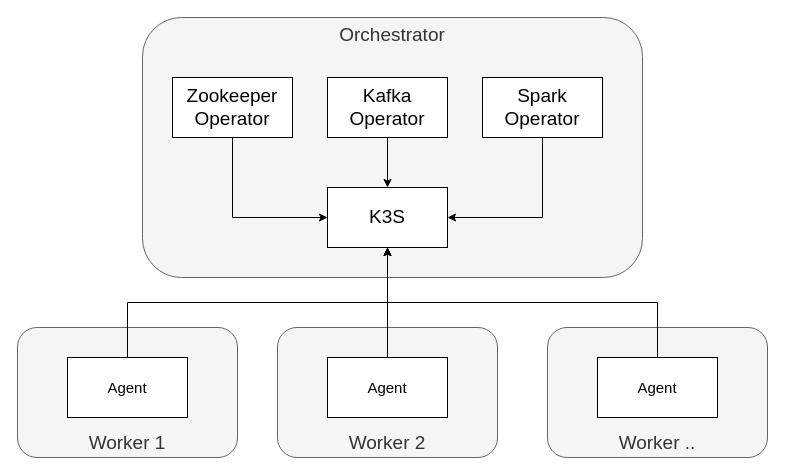
Above: images/raw/quickstart_architecture.drawio in stackabletech/documentation (draw.io), before the change. Source tidied: cells renumbered, new cells numbered last; positions are measured from the earlier drawing's top-left corner, leaving out a move shared by most shapes. Both pictures are drawn from the tidied source at 100%, with x=0, y=0 at pixel (17, 17).
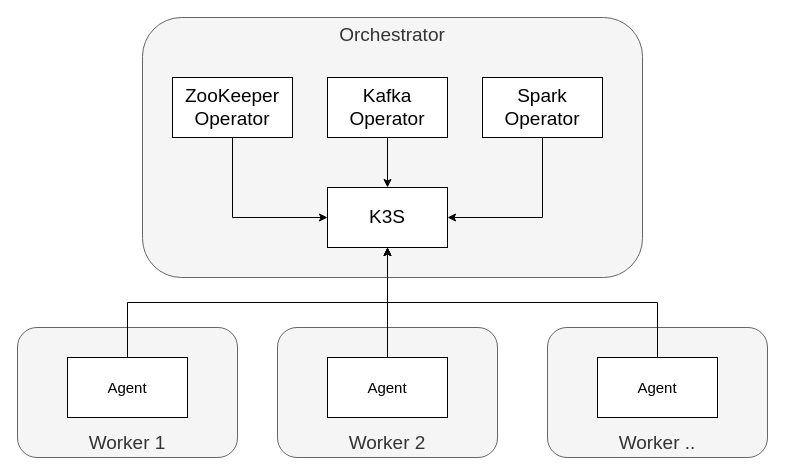
The same diagram, later.

Commit message (it also covers changes not shown here):
Fixed spelling of ZooKeeper in image.

What changed in the source:
```diff
@@
 <mxGraphModel>
   <root>
     <mxCell id="0" />
     <mxCell id="1" parent="0" />
     <mxCell id="2" value="Worker .." style="rounded=1;whiteSpace=wrap;html=1;verticalAlign=bottom;fontSize=19;fillColor=#f5f5f5;strokeColor=#666666;fontColor=#333333;" parent="1" vertex="1">
       <mxGeometry x="530" y="310" width="220" height="130" as="geometry" />
     </mxCell>
     <mxCell id="3" value="Worker 2" style="rounded=1;whiteSpace=wrap;html=1;verticalAlign=bottom;fontSize=19;fillColor=#f5f5f5;strokeColor=#666666;fontColor=#333333;" parent="1" vertex="1">
       <mxGeometry x="260" y="310" width="220" height="130" as="geometry" />
     </mxCell>
     <mxCell id="4" value="Worker 1" style="rounded=1;whiteSpace=wrap;html=1;verticalAlign=bottom;fontSize=19;fillColor=#f5f5f5;strokeColor=#666666;fontColor=#333333;" parent="1" vertex="1">
       <mxGeometry y="310" width="220" height="130" as="geometry" />
     </mxCell>
     <mxCell id="5" value="Orchestrator" style="rounded=1;whiteSpace=wrap;html=1;verticalAlign=top;fontSize=19;fillColor=#f5f5f5;strokeColor=#666666;fontColor=#333333;" parent="1" vertex="1">
       <mxGeometry x="125" width="500" height="260" as="geometry" />
     </mxCell>
     <mxCell id="6" style="edgeStyle=orthogonalEdgeStyle;rounded=0;jettySize=auto;html=1;exitX=0.5;exitY=0;exitDx=0;exitDy=0;entryX=0.5;entryY=1;entryDx=0;entryDy=0;fontSize=15;" parent="1" edge="1" source="16" target="9">
       <mxGeometry relative="1" as="geometry" />
     </mxCell>
     <mxCell id="7" style="edgeStyle=orthogonalEdgeStyle;rounded=0;jettySize=auto;html=1;exitX=0.5;exitY=0;exitDx=0;exitDy=0;entryX=0.5;entryY=1;entryDx=0;entryDy=0;fontSize=15;" parent="1" edge="1" source="17" target="9">
       <mxGeometry relative="1" as="geometry" />
     </mxCell>
     <mxCell id="8" style="edgeStyle=orthogonalEdgeStyle;rounded=0;jettySize=auto;html=1;exitX=0.5;exitY=0;exitDx=0;exitDy=0;fontSize=15;entryX=0.5;entryY=1;entryDx=0;entryDy=0;" parent="1" edge="1" source="18" target="9">
       <mxGeometry relative="1" as="geometry" />
     </mxCell>
     <mxCell id="9" value="K3S" style="rounded=0;whiteSpace=wrap;html=1;fontSize=19;" parent="1" vertex="1">
       <mxGeometry x="310" y="170" width="120" height="60" as="geometry" />
     </mxCell>
     <mxCell id="10" style="edgeStyle=orthogonalEdgeStyle;rounded=0;jettySize=auto;html=1;exitX=0.5;exitY=1;exitDx=0;exitDy=0;entryX=0;entryY=0.5;entryDx=0;entryDy=0;fontSize=15;" parent="1" edge="1" source="11" target="9">
       <mxGeometry x="195" y="260" as="geometry" />
     </mxCell>
-    <mxCell id="11" value="Zookeeper Operator" style="rounded=0;whiteSpace=wrap;html=1;fontSize=19;" parent="1" vertex="1">
+    <mxCell id="11" value="ZooKeeper Operator" style="rounded=0;whiteSpace=wrap;html=1;fontSize=19;" parent="1" vertex="1">
       <mxGeometry x="155" y="60" width="120" height="60" as="geometry" />
     </mxCell>
     <mxCell id="12" style="edgeStyle=orthogonalEdgeStyle;rounded=0;jettySize=auto;html=1;fontSize=19;" parent="1" edge="1" source="13" target="9">
       <mxGeometry x="195" y="260" as="geometry" />
     </mxCell>
     <mxCell id="13" value="Kafka Operator" style="rounded=0;whiteSpace=wrap;html=1;fontSize=19;" parent="1" vertex="1">
       <mxGeometry x="310" y="60" width="120" height="60" as="geometry" />
     </mxCell>
     <mxCell id="14" style="edgeStyle=orthogonalEdgeStyle;rounded=0;jettySize=auto;html=1;exitX=0.5;exitY=1;exitDx=0;exitDy=0;entryX=1;entryY=0.5;entryDx=0;entryDy=0;fontSize=15;" parent="1" edge="1" source="15" target="9">
       <mxGeometry x="195" y="260" as="geometry" />
     </mxCell>
     <mxCell id="15" value="Spark Operator" style="rounded=0;whiteSpace=wrap;html=1;fontSize=19;" parent="1" vertex="1">
       <mxGeometry x="465" y="60" width="120" height="60" as="geometry" />
     </mxCell>
     <mxCell id="16" value="Agent" style="rounded=0;whiteSpace=wrap;html=1;fontSize=15;" parent="1" vertex="1">
       <mxGeometry x="50" y="340" width="120" height="60" as="geometry" />
     </mxCell>
     <mxCell id="17" value="Agent" style="rounded=0;whiteSpace=wrap;html=1;fontSize=15;" parent="1" vertex="1">
       <mxGeometry x="310" y="340" width="120" height="60" as="geometry" />
     </mxCell>
     <mxCell id="18" value="Agent" style="rounded=0;whiteSpace=wrap;html=1;fontSize=15;" parent="1" vertex="1">
       <mxGeometry x="580" y="340" width="120" height="60" as="geometry" />
     </mxCell>
   </root>
 </mxGraphModel>
```
